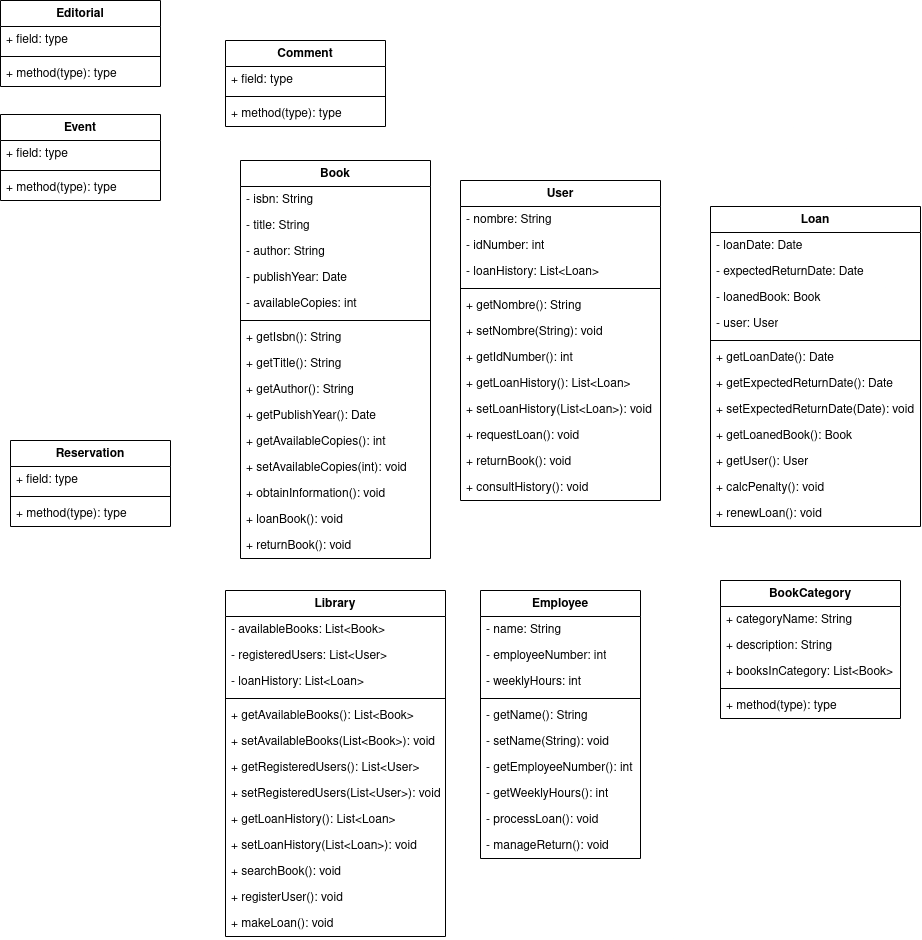
The draw.io diagram proyecto/classdiagram/classdiagramlibrary.png in mackstm/ets, before a commit. Source tidied: cells renumbered, new cells last; positions are measured from the earlier drawing's top-left corner, leaving out a move shared by most shapes.
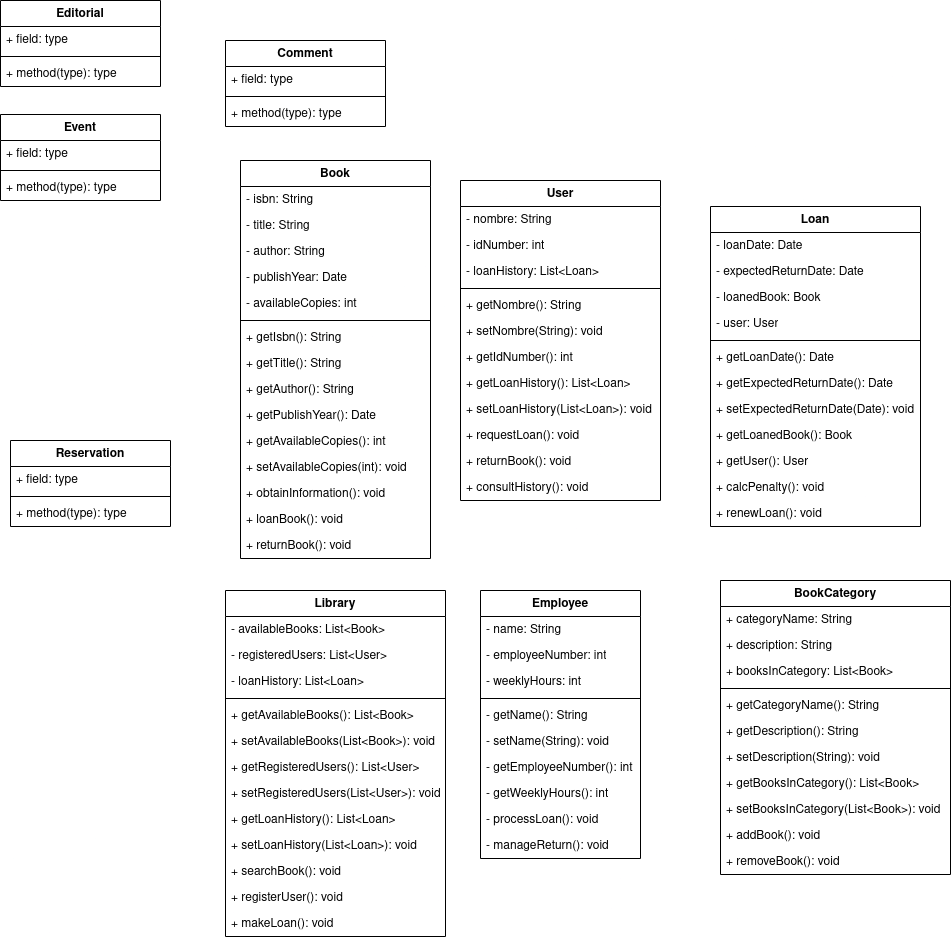
The same file after the commit.

Diff of the diagram source:
```diff
@@ -189,23 +189,41 @@
       <mxGeometry y="242" width="160" height="26" as="geometry" />
     </mxCell>
     <mxCell id="64" value="BookCategory" style="swimlane;fontStyle=1;align=center;verticalAlign=top;horizontal=1;startSize=26;whiteSpace=wrap;html=1;" parent="1" vertex="1">
-      <mxGeometry x="720" y="580" width="180" height="138" as="geometry" />
+      <mxGeometry x="720" y="580" width="230" height="294" as="geometry" />
     </mxCell>
     <mxCell id="65" value="+ categoryName: String" style="text;strokeColor=none;fillColor=none;align=left;verticalAlign=top;spacingLeft=4;spacingRight=4;overflow=hidden;whiteSpace=wrap;html=1;" parent="64" vertex="1">
-      <mxGeometry y="26" width="180" height="26" as="geometry" />
+      <mxGeometry y="26" width="230" height="26" as="geometry" />
     </mxCell>
     <mxCell id="66" value="+ description: String" style="text;strokeColor=none;fillColor=none;align=left;verticalAlign=top;spacingLeft=4;spacingRight=4;overflow=hidden;whiteSpace=wrap;html=1;" parent="64" vertex="1">
-      <mxGeometry y="52" width="180" height="26" as="geometry" />
+      <mxGeometry y="52" width="230" height="26" as="geometry" />
     </mxCell>
     <mxCell id="67" value="+ booksInCategory: List&amp;lt;Book&amp;gt;" style="text;strokeColor=none;fillColor=none;align=left;verticalAlign=top;spacingLeft=4;spacingRight=4;overflow=hidden;whiteSpace=wrap;html=1;" parent="64" vertex="1">
-      <mxGeometry y="78" width="180" height="26" as="geometry" />
+      <mxGeometry y="78" width="230" height="26" as="geometry" />
     </mxCell>
     <mxCell id="68" style="line;strokeWidth=1;fillColor=none;align=left;verticalAlign=middle;spacingTop=-1;spacingLeft=3;spacingRight=3;labelPosition=right;strokeColor=inherit;" parent="64" vertex="1">
-      <mxGeometry y="104" width="180" height="8" as="geometry" />
+      <mxGeometry y="104" width="230" height="8" as="geometry" />
     </mxCell>
-    <mxCell id="69" value="+ method(type): type" style="text;strokeColor=none;fillColor=none;align=left;verticalAlign=top;spacingLeft=4;spacingRight=4;overflow=hidden;whiteSpace=wrap;html=1;" parent="64" vertex="1">
-      <mxGeometry y="112" width="180" height="26" as="geometry" />
+    <mxCell id="69" value="+ getCategoryName(): String" style="text;strokeColor=none;fillColor=none;align=left;verticalAlign=top;spacingLeft=4;spacingRight=4;overflow=hidden;whiteSpace=wrap;html=1;" parent="64" vertex="1">
+      <mxGeometry y="112" width="230" height="26" as="geometry" />
     </mxCell>
+    <mxCell id="91" value="+ getDescription(): String" style="text;strokeColor=none;fillColor=none;align=left;verticalAlign=top;spacingLeft=4;spacingRight=4;overflow=hidden;whiteSpace=wrap;html=1;" parent="64" vertex="1">
+      <mxGeometry y="138" width="230" height="26" as="geometry" />
+    </mxCell>
+    <mxCell id="92" value="+ setDescription(String): void" style="text;strokeColor=none;fillColor=none;align=left;verticalAlign=top;spacingLeft=4;spacingRight=4;overflow=hidden;whiteSpace=wrap;html=1;" parent="64" vertex="1">
+      <mxGeometry y="164" width="230" height="26" as="geometry" />
+    </mxCell>
+    <mxCell id="93" value="+ getBooksInCategory(): List&amp;lt;Book&amp;gt;" style="text;strokeColor=none;fillColor=none;align=left;verticalAlign=top;spacingLeft=4;spacingRight=4;overflow=hidden;whiteSpace=wrap;html=1;" parent="64" vertex="1">
+      <mxGeometry y="190" width="230" height="26" as="geometry" />
+    </mxCell>
+    <mxCell id="94" value="+ setBooksInCategory(List&amp;lt;Book&amp;gt;): void" style="text;strokeColor=none;fillColor=none;align=left;verticalAlign=top;spacingLeft=4;spacingRight=4;overflow=hidden;whiteSpace=wrap;html=1;" parent="64" vertex="1">
+      <mxGeometry y="216" width="230" height="26" as="geometry" />
+    </mxCell>
+    <mxCell id="95" value="+ addBook(): void" style="text;strokeColor=none;fillColor=none;align=left;verticalAlign=top;spacingLeft=4;spacingRight=4;overflow=hidden;whiteSpace=wrap;html=1;" parent="64" vertex="1">
+      <mxGeometry y="242" width="230" height="26" as="geometry" />
+    </mxCell>
+    <mxCell id="96" value="+ removeBook(): void" style="text;strokeColor=none;fillColor=none;align=left;verticalAlign=top;spacingLeft=4;spacingRight=4;overflow=hidden;whiteSpace=wrap;html=1;" parent="64" vertex="1">
+      <mxGeometry y="268" width="230" height="26" as="geometry" />
+    </mxCell>
     <mxCell id="70" value="Loan" style="swimlane;fontStyle=1;align=center;verticalAlign=top;horizontal=1;startSize=26;whiteSpace=wrap;html=1;" parent="1" vertex="1">
       <mxGeometry x="710" y="206" width="210" height="320" as="geometry" />
     </mxCell>
```
